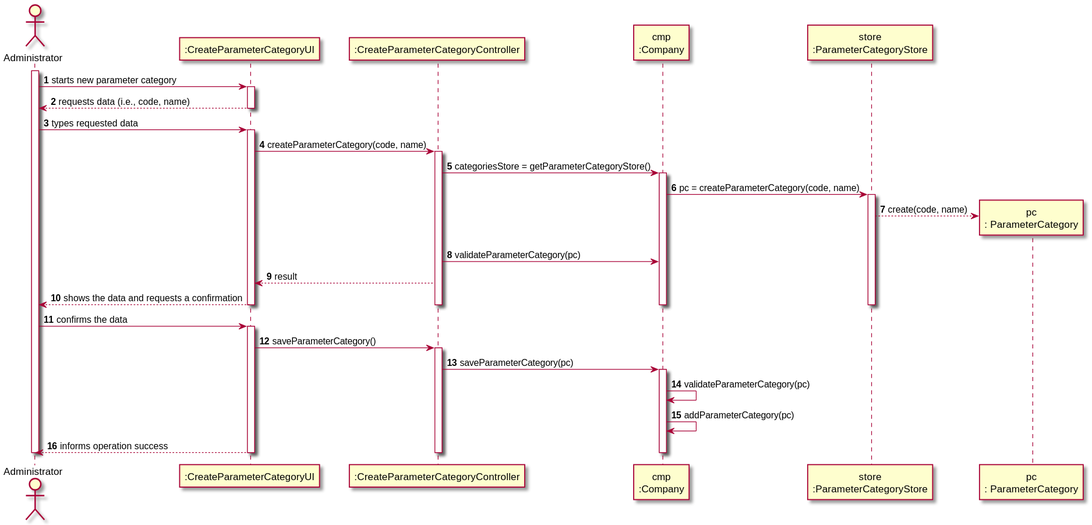
Earlier version of the PlantUML export docs/SprintB/US_11/US011_SD.svg (ana-albergaria/LAPR2-ISEP).
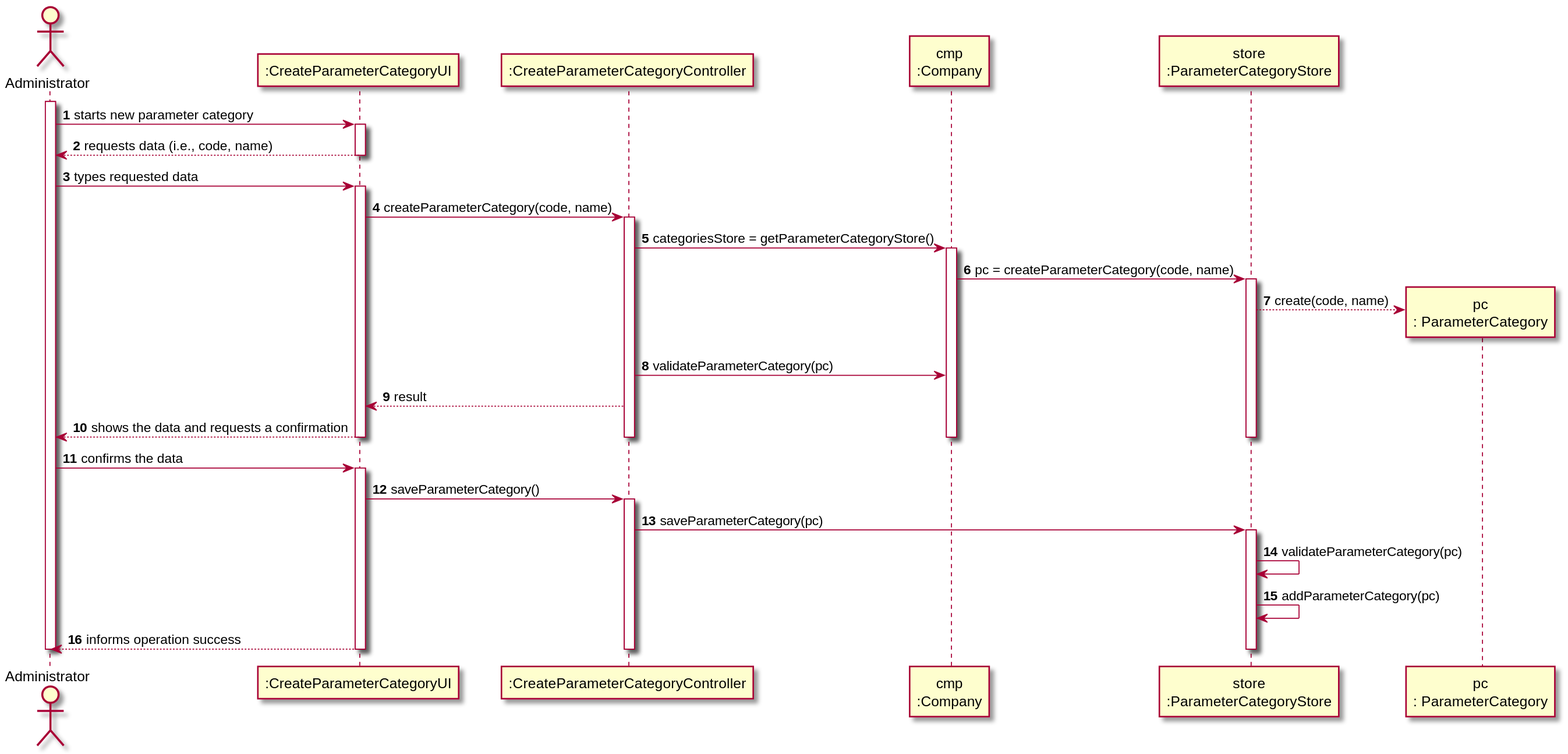
The same diagram one commit later.

What changed in the source:
```diff
@@ -43,15 +43,15 @@
 UI -> CTRL : saveParameterCategory()
 activate CTRL
 
-CTRL -> CMP : saveParameterCategory(pc)
-activate CMP
+CTRL -> STORE : saveParameterCategory(pc)
+activate STORE
 
-CMP -> CMP : validateParameterCategory(pc)
+STORE -> STORE : validateParameterCategory(pc)
 
-CMP -> CMP : addParameterCategory(pc)
+STORE -> STORE : addParameterCategory(pc)
 
 ADM <-- UI : informs operation success
-deactivate CMP
+deactivate STORE
 deactivate CTRL
 deactivate UI
 deactivate ADM
```
